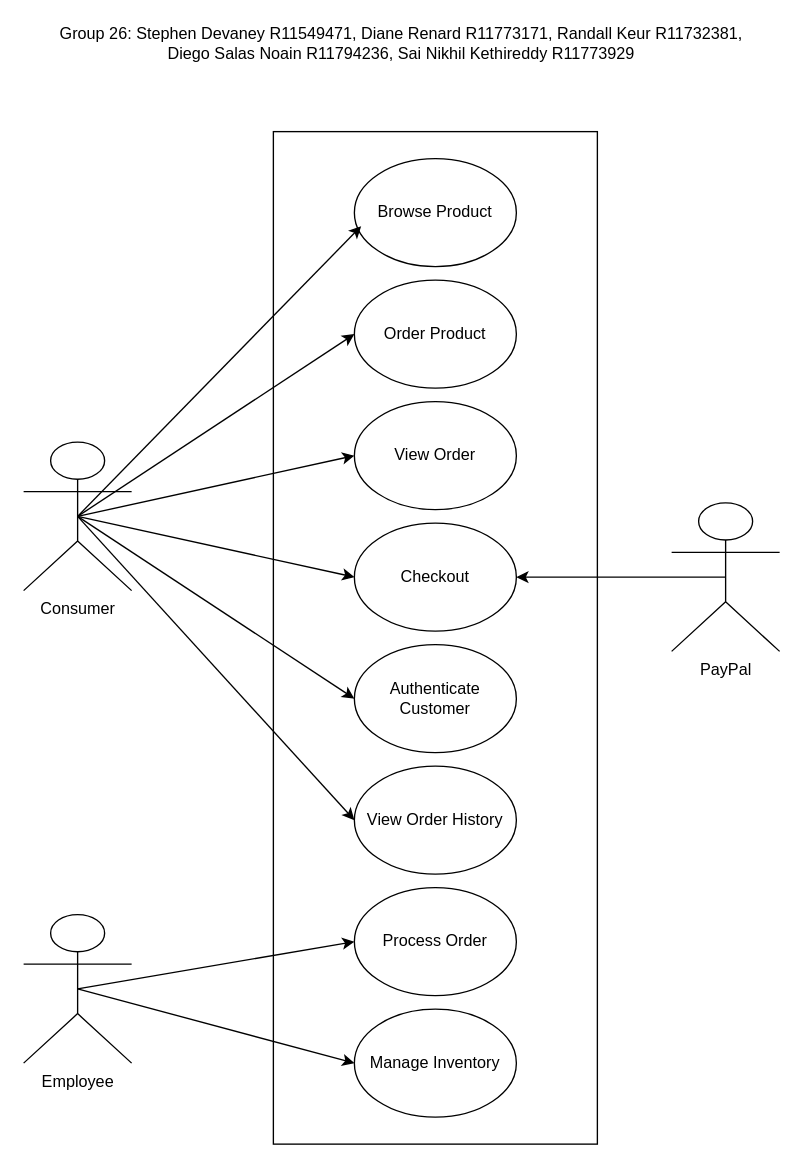
This is page "Use_Case_Diagram" (1 of 3) of Project_Diagrams.drawio from stephencdevaney/TTU_CS5363_Software_Project_Management, a draw.io file, before an edit. Source tidied: cells renumbered, new cells numbered last; positions are measured from the earlier drawing's top-left corner, leaving out a move shared by most shapes. Both pictures are drawn from the tidied source at 135%, with x=0, y=0 at pixel (23, 23).
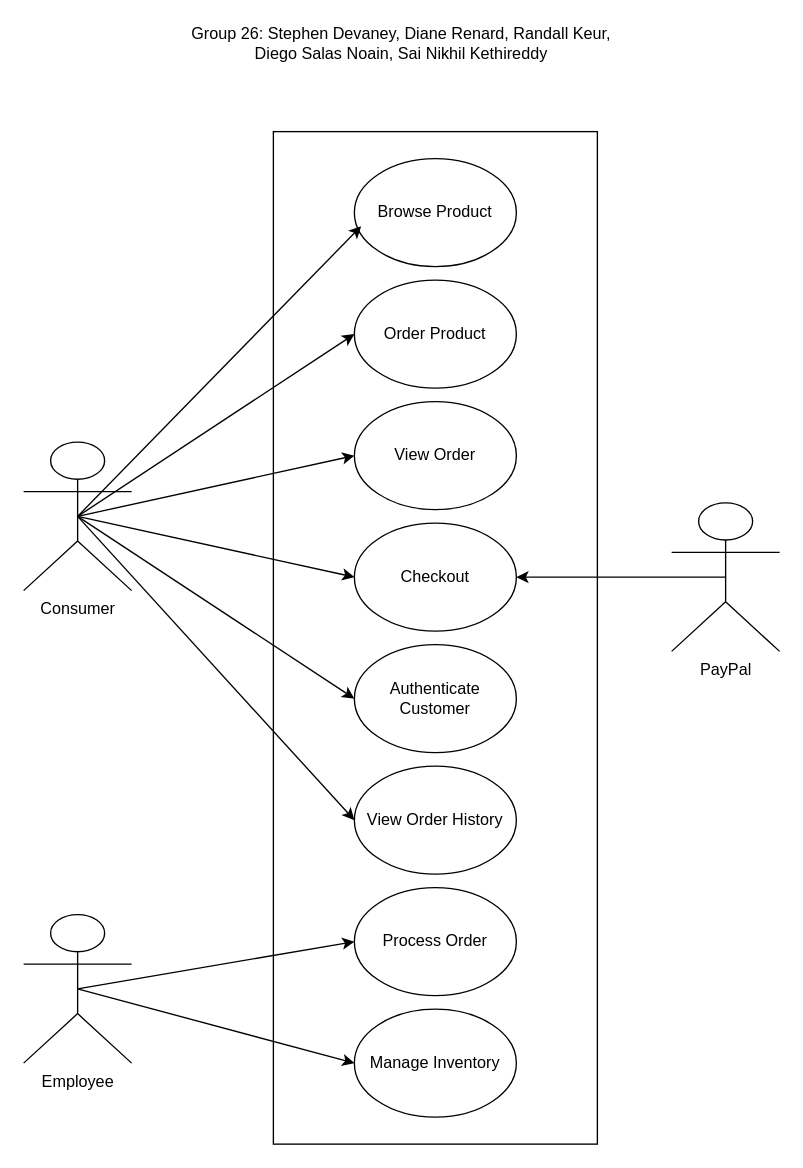
After the change.

What changed in the source:
```diff
@@
-    <mxCell id="24" value="Group 26: Stephen Devaney R11549471, Diane Renard R11773171, Randall Keur R11732381, &lt;br&gt;Diego Salas Noain R11794236, Sai Nikhil Kethireddy R11773929" style="text;html=1;strokeColor=none;fillColor=none;align=center;verticalAlign=middle;whiteSpace=wrap;rounded=0;" parent="1" vertex="1">
+    <mxCell id="24" value="Group 26: Stephen Devaney, Diane Renard, Randall Keur, &lt;br&gt;Diego Salas Noain, Sai Nikhil Kethireddy" style="text;html=1;strokeColor=none;fillColor=none;align=center;verticalAlign=middle;whiteSpace=wrap;rounded=0;" parent="1" vertex="1">
       <mxGeometry width="560" height="30" as="geometry" />
     </mxCell>
```
